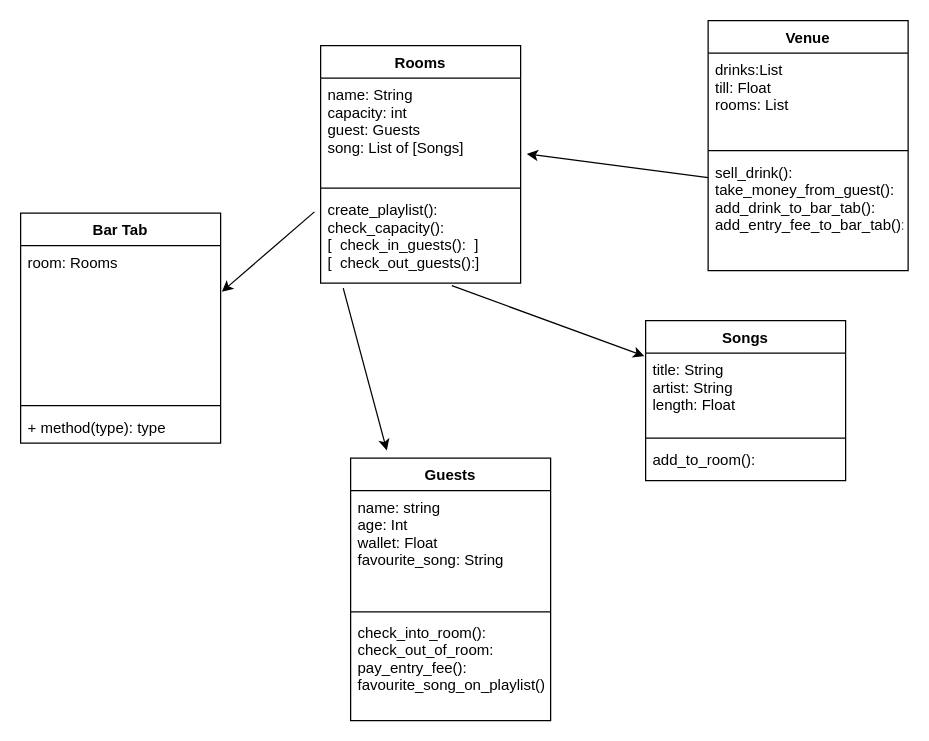
Above: Weekend2_homework.drawio in emmDevs/weekend2_homework (draw.io), before the change. Source tidied: cells renumbered, new cells numbered last; positions are measured from the earlier drawing's top-left corner, leaving out a move shared by most shapes. Both pictures are drawn from the tidied source at 125%, with x=0, y=0 at pixel (20, 20).
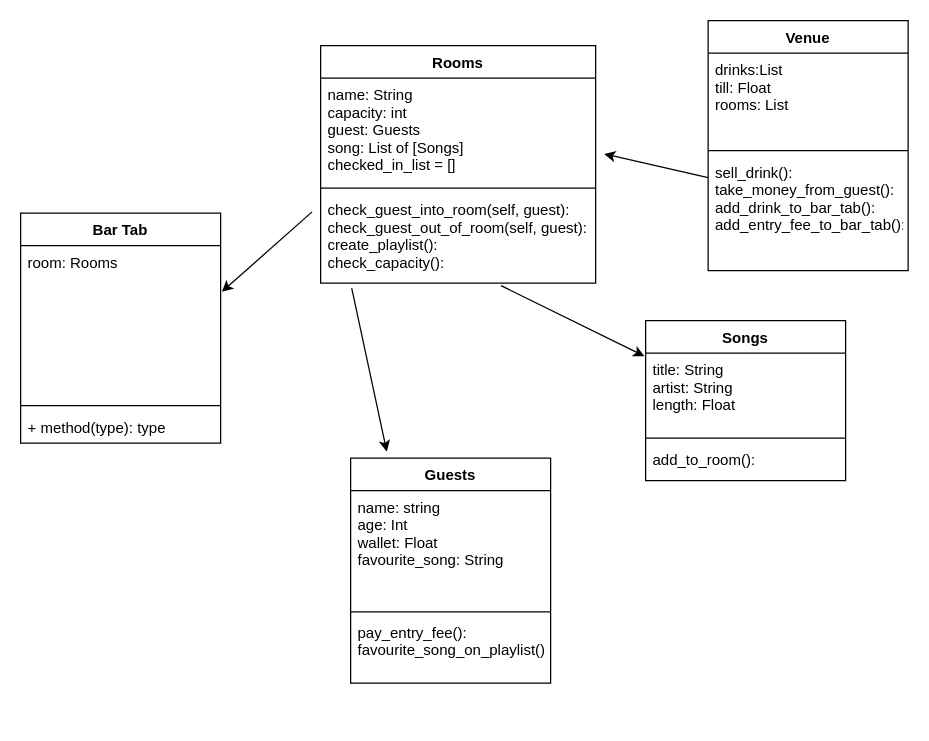
Above is the later version.

Diff of the diagram source:
```diff
@@
     <mxCell id="9" value="Rooms" style="swimlane;fontStyle=1;align=center;verticalAlign=top;horizontal=1;startSize=26;" parent="1" vertex="1">
-      <mxGeometry x="240" y="20" width="160" height="190" as="geometry" />
+      <mxGeometry x="240" y="20" width="220" height="190" as="geometry" />
     </mxCell>
-    <mxCell id="10" value="name: String&#10;capacity: int&#10;guest: Guests&#10;song: List of [Songs]" style="text;strokeColor=none;fillColor=none;align=left;verticalAlign=top;spacingLeft=4;spacingRight=4;overflow=hidden;points=[[0,0.5],[1,0.5]];portConstraint=eastwest;" parent="9" vertex="1">
-      <mxGeometry y="26" width="160" height="84" as="geometry" />
+    <mxCell id="10" value="name: String&#10;capacity: int&#10;guest: Guests&#10;song: List of [Songs]&#10;checked_in_list = []" style="text;strokeColor=none;fillColor=none;align=left;verticalAlign=top;spacingLeft=4;spacingRight=4;overflow=hidden;points=[[0,0.5],[1,0.5]];portConstraint=eastwest;" parent="9" vertex="1">
+      <mxGeometry y="26" width="220" height="84" as="geometry" />
     </mxCell>
     <mxCell id="11" style="line;strokeWidth=1;fillColor=none;align=left;verticalAlign=middle;spacingTop=-1;spacingLeft=3;spacingRight=3;labelPosition=right;" parent="9" vertex="1">
-      <mxGeometry y="110" width="160" height="8" as="geometry" />
+      <mxGeometry y="110" width="220" height="8" as="geometry" />
     </mxCell>
-    <mxCell id="12" value="create_playlist():&#10;check_capacity():&#10;[  check_in_guests():  ]&#10;[  check_out_guests():]" style="text;strokeColor=none;fillColor=none;align=left;verticalAlign=top;spacingLeft=4;spacingRight=4;overflow=hidden;points=[[0,0.5],[1,0.5]];portConstraint=eastwest;" parent="9" vertex="1">
-      <mxGeometry y="118" width="160" height="72" as="geometry" />
+    <mxCell id="12" value="check_guest_into_room(self, guest):&#10;check_guest_out_of_room(self, guest):&#10;create_playlist():&#10;check_capacity():&#10;" style="text;strokeColor=none;fillColor=none;align=left;verticalAlign=top;spacingLeft=4;spacingRight=4;overflow=hidden;points=[[0,0.5],[1,0.5]];portConstraint=eastwest;" parent="9" vertex="1">
+      <mxGeometry y="118" width="220" height="72" as="geometry" />
     </mxCell>
@@
     <mxCell id="17" value="Guests" style="swimlane;fontStyle=1;align=center;verticalAlign=top;horizontal=1;startSize=26;" parent="1" vertex="1">
-      <mxGeometry x="264" y="350" width="160" height="210" as="geometry" />
+      <mxGeometry x="264" y="350" width="160" height="180" as="geometry" />
     </mxCell>
@@
-    <mxCell id="20" value="check_into_room():&#10;check_out_of_room:&#10;pay_entry_fee():&#10;favourite_song_on_playlist():" style="text;strokeColor=none;fillColor=none;align=left;verticalAlign=top;spacingLeft=4;spacingRight=4;overflow=hidden;" parent="17" vertex="1">
-      <mxGeometry y="126" width="160" height="84" as="geometry" />
+    <mxCell id="20" value="pay_entry_fee():&#10;favourite_song_on_playlist():" style="text;strokeColor=none;fillColor=none;align=left;verticalAlign=top;spacingLeft=4;spacingRight=4;overflow=hidden;" parent="17" vertex="1">
+      <mxGeometry y="126" width="160" height="54" as="geometry" />
     </mxCell>
```
